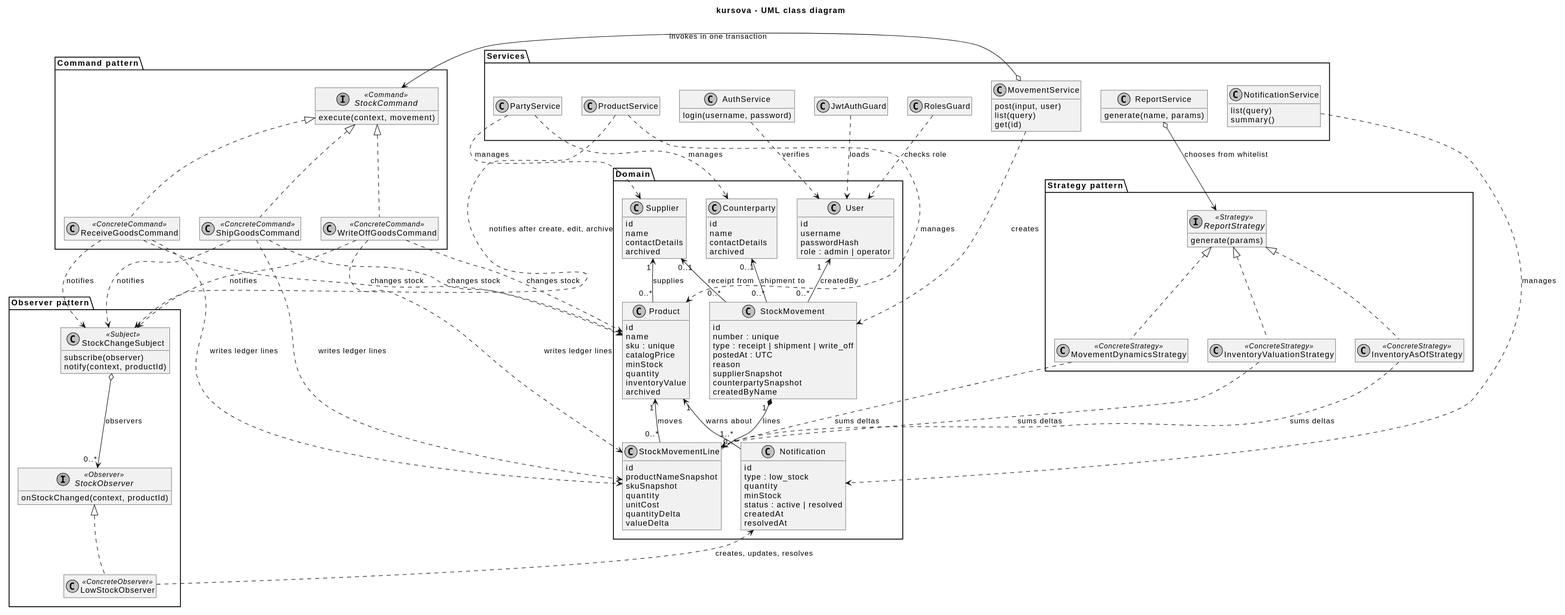
Before: docs/diagrams/class-diagram.svg, a diagram exported from PlantUML (iboiko-ir/kursova-var2).
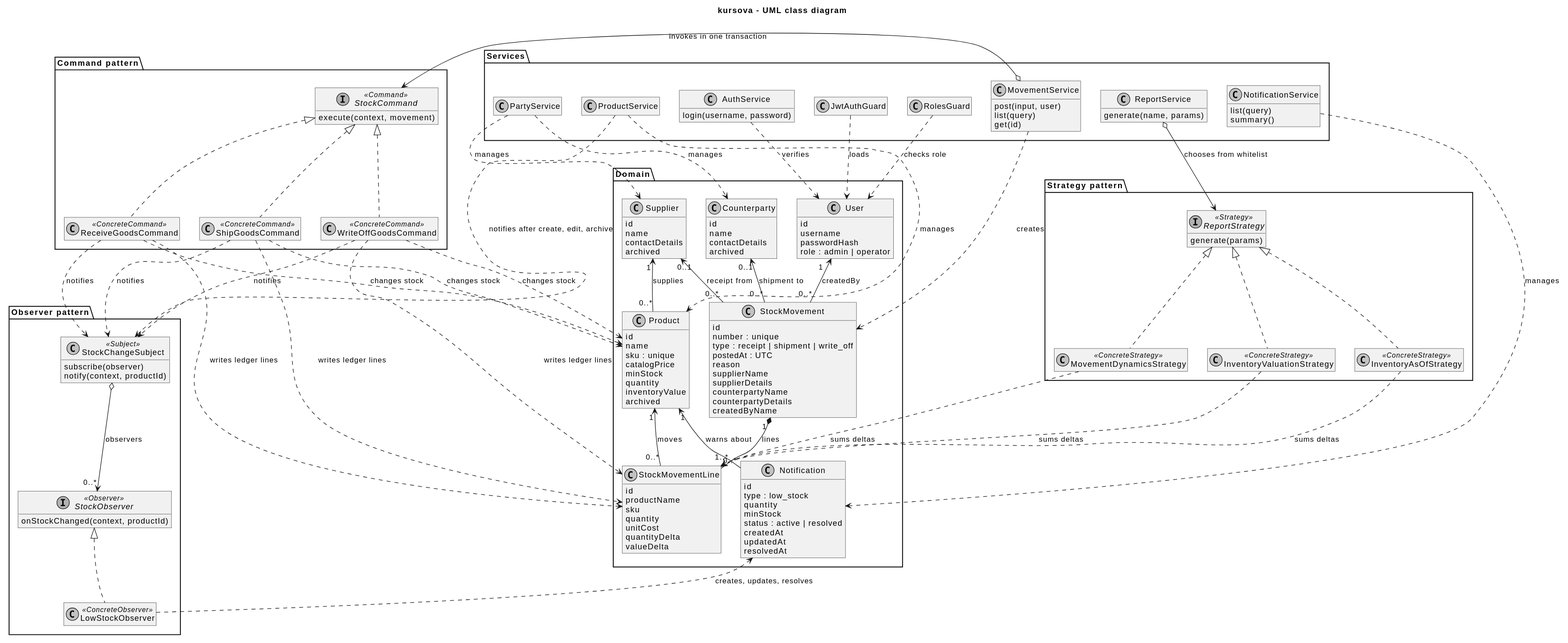
Above is the later version.

Commit message:
docs: align class diagram attributes with the implementation

Change to the diagram source:
```diff
@@ -45,15 +45,17 @@
     type : receipt | shipment | write_off
     postedAt : UTC
     reason
-    supplierSnapshot
-    counterpartySnapshot
+    supplierName
+    supplierDetails
+    counterpartyName
+    counterpartyDetails
     createdByName
   }
 
   class StockMovementLine {
     id
-    productNameSnapshot
-    skuSnapshot
+    productName
+    sku
     quantity
     unitCost
     quantityDelta
@@ -67,6 +69,7 @@
     minStock
     status : active | resolved
     createdAt
+    updatedAt
     resolvedAt
   }
 }
```
